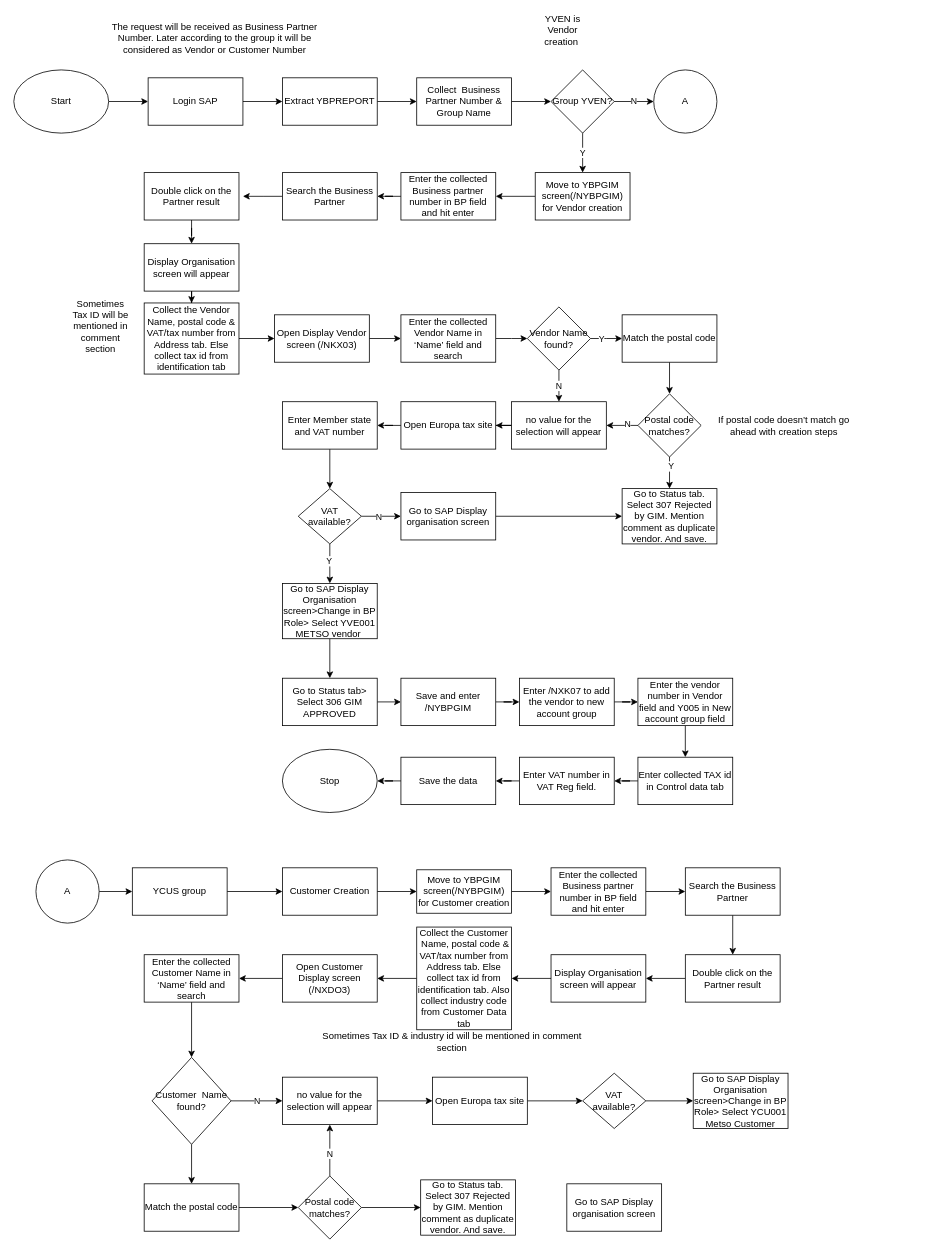
Before: Vendor Creation .drawio in Jyotiprakash-Parida/process-diagram, a draw.io diagram. Source tidied: cells renumbered, new cells numbered last; positions are measured from the earlier drawing's top-left corner, leaving out a move shared by most shapes. Both pictures are drawn from the tidied source at 79%, with x=0, y=0 at pixel (13, 14).
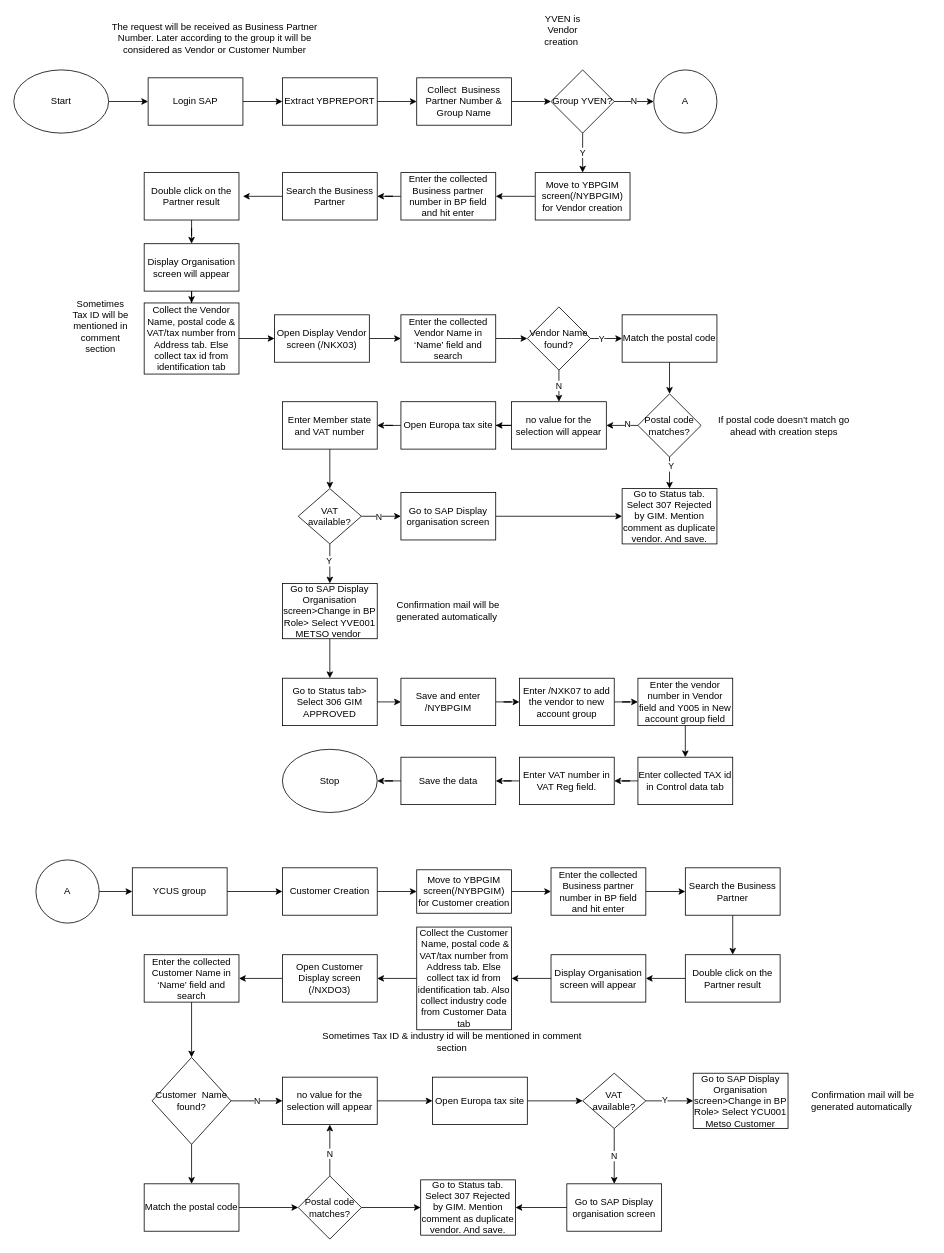
The same diagram, later.

Commit message:
Update customer  Creation .drawio

Unchanged cells that the change refers to:
```xml
<mxCell id="108" value="Go to Status tab. Select 307 Rejected by GIM. Mention comment as duplicate vendor. And save." style="rounded=0;whiteSpace=wrap;html=1;" parent="1" vertex="1">
  <mxGeometry x="515" y="1475" width="120" height="70" as="geometry" />
</mxCell>
<mxCell id="114" value="VAT available?" style="rhombus;whiteSpace=wrap;html=1;fillColor=#FFFFFF;" parent="1" vertex="1">
  <mxGeometry x="720" y="1340" width="80" height="70" as="geometry" />
</mxCell>
<mxCell id="115" value="Go to SAP Display organisation screen" style="rounded=0;whiteSpace=wrap;html=1;" parent="1" vertex="1">
  <mxGeometry x="700" y="1480" width="120" height="60" as="geometry" />
</mxCell>
<mxCell id="116" value="Go to SAP Display Organisation screen&amp;gt;Change in BP Role&amp;gt; Select YCU001 Metso Customer" style="rounded=0;whiteSpace=wrap;html=1;fillColor=#FFFFFF;" parent="1" vertex="1">
  <mxGeometry x="860" y="1340" width="120" height="70" as="geometry" />
</mxCell>
```

Diff of the diagram source:
```diff
@@
     <mxCell id="113" style="edgeStyle=orthogonalEdgeStyle;rounded=0;jettySize=auto;html=1;" parent="1" edge="1" source="114" target="116">
-      <mxGeometry relative="1" as="geometry" />
+      <mxGeometry relative="1" as="geometry">
+        <Array as="points">
+          <mxPoint x="830" y="1375" />
+          <mxPoint x="830" y="1375" />
+        </Array>
+      </mxGeometry>
     </mxCell>
+    <mxCell id="117" value="Y" style="edgeLabel;html=1;align=center;verticalAlign=middle;" parent="113" vertex="1">
+      <mxGeometry y="7" relative="1" as="geometry">
+        <mxPoint x="-7" y="5" as="offset" />
+      </mxGeometry>
+    </mxCell>
+    <mxCell id="118" value="N" style="edgeStyle=orthogonalEdgeStyle;rounded=0;jettySize=auto;html=1;" parent="1" edge="1" source="114" target="115">
+      <mxGeometry relative="1" as="geometry" />
+    </mxCell>
@@
+    <mxCell id="119" style="edgeStyle=orthogonalEdgeStyle;rounded=0;jettySize=auto;html=1;" parent="1" edge="1" source="115" target="108">
+      <mxGeometry relative="1" as="geometry" />
+    </mxCell>
@@
+    <mxCell id="120" value="Confirmation mail will be generated automatically&amp;nbsp;" style="text;html=1;strokeColor=none;fillColor=none;align=center;verticalAlign=middle;whiteSpace=wrap;rounded=0;" parent="1" vertex="1">
+      <mxGeometry x="465" y="730" width="170" height="50" as="geometry" />
+    </mxCell>
+    <mxCell id="121" value="Confirmation mail will be generated automatically&amp;nbsp;" style="text;html=1;strokeColor=none;fillColor=none;align=center;verticalAlign=middle;whiteSpace=wrap;rounded=0;" parent="1" vertex="1">
+      <mxGeometry x="990" y="1350" width="170" height="50" as="geometry" />
+    </mxCell>
```
